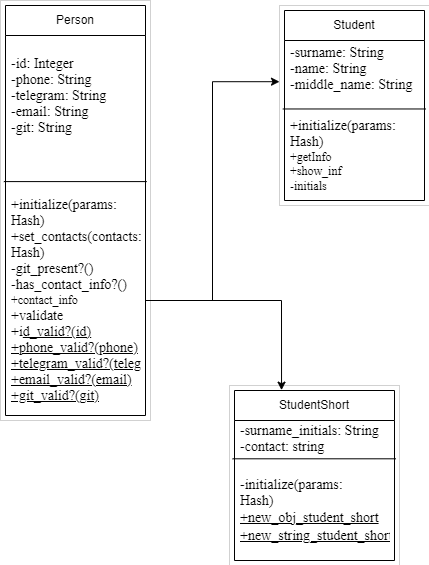
Before: working with classes/диаграмма классов.png, a diagram exported from draw.io (Meg-Lander/study-of-the-subject-programming-patterns). Source tidied: cells renumbered, new cells last; positions are measured from the earlier drawing's top-left corner, leaving out a move shared by most shapes.
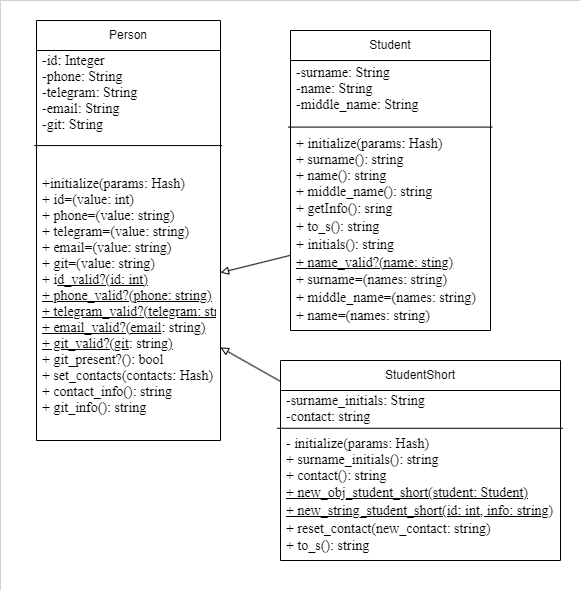
After the change.

What changed in the source:
```diff
@@ -4,13 +4,13 @@
     <mxCell id="1" parent="0" />
-    <mxCell id="2" style="rounded=0;whiteSpace=wrap;html=1;strokeWidth=0;" parent="1" vertex="1">
-      <mxGeometry width="150" height="420" as="geometry" />
-    </mxCell>
+    <mxCell id="12" style="rounded=0;whiteSpace=wrap;html=1;strokeWidth=0;" parent="1" vertex="1">
+      <mxGeometry x="-171" y="-25" width="580" height="590" as="geometry" />
+    </mxCell>
     <mxCell id="3" value="Person" style="swimlane;fontStyle=0;horizontal=1;startSize=30;whiteSpace=wrap;html=1;" parent="1" vertex="1">
-      <mxGeometry x="5" y="5" width="140" height="410" as="geometry" />
+      <mxGeometry x="-135" y="-5" width="184" height="420" as="geometry" />
     </mxCell>
     <mxCell id="4" value="&lt;pre style=&quot;margin-top: 0cm; margin-right: 25.5pt; margin-left: 0cm; text-align: justify; line-height: normal; vertical-align: baseline; font-size: 14px;&quot;&gt;&lt;pre style=&quot;margin: 0cm 25.5pt 0cm 0cm; line-height: normal; background: white; vertical-align: baseline;&quot;&gt;&lt;font style=&quot;font-size: 14px;&quot; face=&quot;Times New Roman&quot;&gt;-id: Integer&lt;br&gt;&lt;span style=&quot;&quot; lang=&quot;EN-US&quot;&gt;-phone: &lt;/span&gt;&lt;span style=&quot;&quot; lang=&quot;EN-US&quot;&gt;String&lt;/span&gt;&lt;br&gt;&lt;span style=&quot;&quot; lang=&quot;EN-US&quot;&gt;-telegram: &lt;/span&gt;&lt;span style=&quot;&quot; lang=&quot;EN-US&quot;&gt;String&lt;/span&gt;&lt;br&gt;&lt;span style=&quot;&quot; lang=&quot;EN-US&quot;&gt;-email: &lt;/span&gt;&lt;span style=&quot;&quot; lang=&quot;EN-US&quot;&gt;String&lt;/span&gt;&lt;br&gt;&lt;span style=&quot;&quot; lang=&quot;EN-US&quot;&gt;-git: &lt;/span&gt;&lt;span style=&quot;&quot; lang=&quot;EN-US&quot;&gt;String&lt;/span&gt;&lt;br&gt;&lt;span style=&quot;&quot; lang=&quot;EN-US&quot;&gt;&amp;nbsp;&lt;/span&gt;&lt;/font&gt;&lt;br&gt;&lt;/pre&gt;&lt;/pre&gt;" style="text;strokeColor=none;fillColor=none;align=left;verticalAlign=middle;spacingLeft=4;spacingRight=4;overflow=hidden;whiteSpace=wrap;html=1;" parent="3" vertex="1">
-      <mxGeometry y="30" width="140" height="150" as="geometry" />
+      <mxGeometry y="30" width="184" height="100" as="geometry" />
     </mxCell>
-    <mxCell id="5" value="&lt;pre style=&quot;margin: 0cm 25.5pt 0cm 0cm; text-align: justify; line-height: normal; background: white; vertical-align: baseline; font-size: 14px;&quot;&gt;&lt;font face=&quot;Times New Roman&quot;&gt;+initialize(params:&lt;br&gt;Hash)&lt;br&gt;&lt;span style=&quot;&quot; lang=&quot;EN-US&quot;&gt;+set_contacts(contacts:&lt;br&gt;Hash)&lt;br&gt;&lt;/span&gt;&lt;span style=&quot;&quot; lang=&quot;EN-US&quot;&gt;-git_present?()&lt;br&gt;&lt;/span&gt;&lt;span style=&quot;&quot; lang=&quot;EN-US&quot;&gt;-has_contact_info?()&lt;/span&gt;&lt;/font&gt;&lt;/pre&gt;&lt;pre style=&quot;margin: 0cm 25.5pt 0cm 0cm; text-align: justify; line-height: normal; background: white; vertical-align: baseline;&quot;&gt;&lt;font style=&quot;&quot; face=&quot;Times New Roman&quot;&gt;&lt;span style=&quot;&quot; lang=&quot;EN-US&quot;&gt;+contact_info&lt;br&gt;&lt;/span&gt;&lt;span style=&quot;font-size: 14px;&quot; lang=&quot;EN-US&quot;&gt;+validate&lt;/span&gt;&lt;span style=&quot;font-size: 14px;&quot; lang=&quot;EN-US&quot;&gt;&lt;br&gt;&lt;/span&gt;&lt;span style=&quot;font-size: 14px;&quot; lang=&quot;EN-US&quot;&gt;+i&lt;u&gt;d_valid?(id)&lt;br&gt;&lt;/u&gt;&lt;/span&gt;&lt;u style=&quot;font-size: 14px;&quot;&gt;&lt;span style=&quot;&quot; lang=&quot;EN-US&quot;&gt;+phone_valid?(phone)&lt;br&gt;&lt;/span&gt;&lt;span style=&quot;&quot; lang=&quot;EN-US&quot;&gt;+telegram_valid?(telegram)&lt;br&gt;&lt;/span&gt;&lt;span style=&quot;&quot; lang=&quot;EN-US&quot;&gt;+email_valid?(email)&lt;br&gt;&lt;/span&gt;&lt;span style=&quot;&quot; lang=&quot;EN-US&quot;&gt;+git_valid?(git)&lt;/span&gt;&lt;/u&gt;&lt;/font&gt;&lt;/pre&gt;" style="text;strokeColor=none;fillColor=none;align=left;verticalAlign=middle;spacingLeft=4;spacingRight=4;overflow=hidden;points=[[0,0.5],[1,0.5]];portConstraint=eastwest;whiteSpace=wrap;html=1;" parent="3" vertex="1">
-      <mxGeometry y="180" width="140" height="230" as="geometry" />
+    <mxCell id="5" value="&lt;pre style=&quot;margin: 0cm 25.5pt 0cm 0cm; text-align: justify; line-height: normal; background: white; vertical-align: baseline; font-size: 14px;&quot;&gt;&lt;font style=&quot;font-size: 14px;&quot; face=&quot;Times New Roman&quot;&gt;+&lt;/font&gt;&lt;font style=&quot;font-size: 14px;&quot;&gt;&lt;font face=&quot;Times New Roman&quot;&gt;initialize(params: &lt;/font&gt;&lt;font face=&quot;Times New Roman&quot;&gt;Hash)&lt;/font&gt;&lt;/font&gt;&lt;/pre&gt;&lt;pre style=&quot;margin: 0cm 25.5pt 0cm 0cm; text-align: justify; line-height: normal; background: white; vertical-align: baseline; font-size: 14px;&quot;&gt;&lt;font face=&quot;Fhg8VOXi1VSTIDrwA2gN&quot;&gt;&lt;font style=&quot;font-size: 14px;&quot;&gt;+ id=(&lt;/font&gt;value: int)&lt;br&gt;&lt;/font&gt;&lt;/pre&gt;&lt;pre style=&quot;margin: 0cm 25.5pt 0cm 0cm; text-align: justify; line-height: normal; background: white; vertical-align: baseline; font-size: 14px;&quot;&gt;&lt;font face=&quot;Fhg8VOXi1VSTIDrwA2gN&quot;&gt;&lt;font style=&quot;font-size: 14px;&quot;&gt;+ phone=(value&lt;/font&gt;&lt;font style=&quot;font-size: 14px;&quot;&gt;: string)&lt;br&gt;+ telegram=(&lt;/font&gt;value: string)&lt;br&gt;&lt;/font&gt;&lt;/pre&gt;&lt;pre style=&quot;margin: 0cm 25.5pt 0cm 0cm; text-align: justify; line-height: normal; background: white; vertical-align: baseline; font-size: 14px;&quot;&gt;&lt;font face=&quot;Fhg8VOXi1VSTIDrwA2gN&quot;&gt;&lt;font style=&quot;font-size: 14px;&quot;&gt;+ email=(&lt;/font&gt;value: string)&lt;br&gt;&lt;/font&gt;&lt;/pre&gt;&lt;pre style=&quot;margin: 0cm 25.5pt 0cm 0cm; text-align: justify; line-height: normal; background: white; vertical-align: baseline; font-size: 14px;&quot;&gt;&lt;font face=&quot;Fhg8VOXi1VSTIDrwA2gN&quot;&gt;&lt;font style=&quot;font-size: 14px;&quot;&gt;+ git=(&lt;/font&gt;value: string)&lt;br&gt;&lt;/font&gt;&lt;/pre&gt;&lt;pre style=&quot;margin: 0cm 25.5pt 0cm 0cm; text-align: justify; line-height: normal; background: white; vertical-align: baseline; font-size: 14px;&quot;&gt;&lt;pre style=&quot;border-color: var(--border-color); margin: 0cm 25.5pt 0cm 0cm; line-height: normal; background-image: initial; background-position: initial; background-size: initial; background-repeat: initial; background-attachment: initial; background-origin: initial; background-clip: initial; vertical-align: baseline;&quot;&gt;&lt;font face=&quot;Fhg8VOXi1VSTIDrwA2gN&quot;&gt;&lt;font style=&quot;border-color: var(--border-color); font-size: 14px;&quot;&gt;+ i&lt;u style=&quot;border-color: var(--border-color);&quot;&gt;d_valid?(id: int&lt;u style=&quot;border-color: var(--border-color);&quot;&gt;)&lt;/u&gt;&lt;br&gt;&lt;/u&gt;&lt;u style=&quot;border-color: var(--border-color);&quot;&gt;+ phone_valid?(&lt;font style=&quot;border-color: var(--border-color);&quot;&gt;p&lt;/font&gt;&lt;font style=&quot;border-color: var(--border-color);&quot;&gt;&lt;font style=&quot;border-color: var(--border-color);&quot;&gt;hone: string&lt;/font&gt;&lt;/font&gt;&lt;u style=&quot;border-color: var(--border-color);&quot;&gt;)&lt;/u&gt;&lt;br&gt;&lt;span style=&quot;border-color: var(--border-color);&quot; lang=&quot;EN-US&quot;&gt;+ telegram_valid?(&lt;font style=&quot;border-color: var(--border-color);&quot;&gt;telegram&lt;/font&gt;: string&lt;u style=&quot;border-color: var(--border-color);&quot;&gt;&lt;span style=&quot;border-color: var(--border-color);&quot; lang=&quot;EN-US&quot;&gt;)&lt;/span&gt;&lt;/u&gt;&lt;br&gt;&lt;/span&gt;+ email_valid?(email&lt;/u&gt;&lt;/font&gt;: string&lt;u style=&quot;border-color: var(--border-color);&quot;&gt;&lt;span style=&quot;border-color: var(--border-color);&quot; lang=&quot;EN-US&quot;&gt;)&lt;/span&gt;&lt;/u&gt;&lt;/font&gt;&lt;/pre&gt;&lt;pre style=&quot;border-color: var(--border-color); margin: 0cm 25.5pt 0cm 0cm; line-height: normal; background-image: initial; background-position: initial; background-size: initial; background-repeat: initial; background-attachment: initial; background-origin: initial; background-clip: initial; vertical-align: baseline;&quot;&gt;&lt;font face=&quot;Fhg8VOXi1VSTIDrwA2gN&quot;&gt;&lt;font style=&quot;border-color: var(--border-color); font-size: 14px;&quot;&gt;&lt;u style=&quot;border-color: var(--border-color);&quot;&gt;+ git_valid?(git&lt;/u&gt;&lt;/font&gt;: string&lt;u style=&quot;border-color: var(--border-color);&quot;&gt;&lt;span style=&quot;border-color: var(--border-color);&quot; lang=&quot;EN-US&quot;&gt;)&lt;/span&gt;&lt;/u&gt;&lt;/font&gt;&lt;/pre&gt;&lt;/pre&gt;&lt;pre style=&quot;margin: 0cm 25.5pt 0cm 0cm; text-align: justify; line-height: normal; background: white; vertical-align: baseline; font-size: 14px;&quot;&gt;&lt;pre style=&quot;border-color: var(--border-color); margin: 0cm 25.5pt 0cm 0cm; line-height: normal; background-image: initial; background-position: initial; background-size: initial; background-repeat: initial; background-attachment: initial; background-origin: initial; background-clip: initial; vertical-align: baseline;&quot;&gt;&lt;font face=&quot;Fhg8VOXi1VSTIDrwA2gN&quot; style=&quot;border-color: var(--border-color); font-size: 14px;&quot;&gt;+ git_present?(&lt;/font&gt;&lt;font face=&quot;vIFaeoc1TlRz2ehYQDLV&quot; style=&quot;border-color: var(--border-color); font-size: 14px;&quot;&gt;): bool&lt;/font&gt;&lt;/pre&gt;&lt;/pre&gt;&lt;pre style=&quot;margin: 0cm 25.5pt 0cm 0cm; text-align: justify; line-height: normal; background: white; vertical-align: baseline; font-size: 14px;&quot;&gt;&lt;span style=&quot;&quot; lang=&quot;EN-US&quot;&gt;&lt;font style=&quot;font-size: 14px;&quot; face=&quot;vIFaeoc1TlRz2ehYQDLV&quot;&gt;+ set_contacts(contacts: Hash)&lt;br&gt;&lt;/font&gt;&lt;/span&gt;&lt;pre style=&quot;border-color: var(--border-color); margin: 0cm 25.5pt 0cm 0cm; line-height: normal; background-image: initial; background-position: initial; background-size: initial; background-repeat: initial; background-attachment: initial; background-origin: initial; background-clip: initial; vertical-align: baseline;&quot;&gt;&lt;font face=&quot;vIFaeoc1TlRz2ehYQDLV&quot; style=&quot;border-color: var(--border-color); font-size: 14px;&quot;&gt;+ contact_info(): string&lt;br style=&quot;border-color: var(--border-color);&quot;&gt;&lt;/font&gt;&lt;/pre&gt;&lt;span style=&quot;&quot; lang=&quot;EN-US&quot;&gt;&lt;font style=&quot;font-size: 14px;&quot; face=&quot;vIFaeoc1TlRz2ehYQDLV&quot;&gt;+ git_info(): string&lt;/font&gt;&lt;/span&gt;&lt;/pre&gt;" style="text;strokeColor=none;fillColor=none;align=left;verticalAlign=middle;spacingLeft=4;spacingRight=4;overflow=hidden;points=[[0,0.5],[1,0.5]];portConstraint=eastwest;whiteSpace=wrap;html=1;" parent="3" vertex="1">
+      <mxGeometry y="130" width="184" height="290" as="geometry" />
     </mxCell>
@@ -19,13 +19,10 @@
     </mxCell>
-    <mxCell id="7" style="rounded=0;whiteSpace=wrap;html=1;strokeWidth=0;" parent="1" vertex="1">
-      <mxGeometry x="279" y="5" width="150" height="200" as="geometry" />
-    </mxCell>
     <mxCell id="8" value="Student" style="swimlane;fontStyle=0;horizontal=1;startSize=30;whiteSpace=wrap;html=1;" parent="1" vertex="1">
-      <mxGeometry x="284" y="10" width="140" height="190" as="geometry" />
+      <mxGeometry x="119" y="5" width="200" height="300" as="geometry" />
     </mxCell>
     <mxCell id="9" value="&lt;pre style=&quot;margin-top: 0cm; margin-right: 25.5pt; margin-left: 0cm; text-align: justify; line-height: normal; vertical-align: baseline; font-size: 14px;&quot;&gt;&lt;pre style=&quot;margin: 0cm 25.5pt 0cm 0cm; line-height: normal; background: white; vertical-align: baseline;&quot;&gt;&lt;font style=&quot;font-size: 14px;&quot; face=&quot;Times New Roman&quot;&gt;&lt;span style=&quot;&quot; lang=&quot;EN-US&quot;&gt;-surname: &lt;/span&gt;&lt;span style=&quot;&quot; lang=&quot;EN-US&quot;&gt;String&lt;/span&gt;&lt;br&gt;&lt;span style=&quot;&quot; lang=&quot;EN-US&quot;&gt;-name: &lt;/span&gt;&lt;span style=&quot;&quot; lang=&quot;EN-US&quot;&gt;String&lt;/span&gt;&lt;br&gt;&lt;span style=&quot;&quot; lang=&quot;EN-US&quot;&gt;-middle_name: &lt;/span&gt;&lt;span style=&quot;&quot; lang=&quot;EN-US&quot;&gt;String&lt;/span&gt;&lt;/font&gt;&lt;br&gt;&lt;/pre&gt;&lt;/pre&gt;" style="text;strokeColor=none;fillColor=none;align=left;verticalAlign=middle;spacingLeft=4;spacingRight=4;overflow=hidden;whiteSpace=wrap;html=1;" parent="8" vertex="1">
-      <mxGeometry y="30" width="140" height="70" as="geometry" />
+      <mxGeometry y="30" width="200" height="70" as="geometry" />
     </mxCell>
-    <mxCell id="10" value="&lt;div style=&quot;text-align: justify;&quot;&gt;&lt;pre style=&quot;border-color: var(--border-color); margin: 0cm 25.5pt 0cm 0cm; line-height: normal; background: white; vertical-align: baseline; font-size: 14px;&quot;&gt;&lt;font style=&quot;border-color: var(--border-color);&quot; face=&quot;Times New Roman&quot;&gt;+initialize(params:&lt;br style=&quot;border-color: var(--border-color);&quot;&gt;Hash)&lt;/font&gt;&lt;/pre&gt;&lt;/div&gt;&lt;div style=&quot;text-align: justify;&quot;&gt;&lt;font face=&quot;Times New Roman&quot;&gt;+getInfo&lt;/font&gt;&lt;br&gt;&lt;/div&gt;&lt;div style=&quot;text-align: justify;&quot;&gt;&lt;font face=&quot;Times New Roman&quot;&gt;+show_inf&lt;br&gt;&lt;/font&gt;&lt;/div&gt;&lt;div style=&quot;text-align: justify;&quot;&gt;&lt;font face=&quot;Times New Roman&quot;&gt;-initials&lt;br&gt;&lt;/font&gt;&lt;/div&gt;" style="text;strokeColor=none;fillColor=none;align=left;verticalAlign=middle;spacingLeft=4;spacingRight=4;overflow=hidden;points=[[0,0.5],[1,0.5]];portConstraint=eastwest;whiteSpace=wrap;html=1;" parent="8" vertex="1">
-      <mxGeometry y="100" width="140" height="90" as="geometry" />
+    <mxCell id="10" value="&lt;div style=&quot;text-align: justify; font-size: 14px;&quot;&gt;&lt;pre style=&quot;border-color: var(--border-color); margin: 0cm 25.5pt 0cm 0cm; line-height: normal; background: white; vertical-align: baseline;&quot;&gt;&lt;font face=&quot;Times New Roman&quot; style=&quot;border-color: var(--border-color); font-size: 14px;&quot;&gt;+&lt;font style=&quot;font-size: 14px;&quot;&gt; initialize(params: Hash)&lt;/font&gt;&lt;/font&gt;&lt;/pre&gt;&lt;pre style=&quot;border-color: var(--border-color); margin: 0cm 25.5pt 0cm 0cm; line-height: normal; background: white; vertical-align: baseline;&quot;&gt;&lt;font style=&quot;border-color: var(--border-color); font-size: 14px;&quot;&gt;&lt;font face=&quot;Bt5y5S9NbHA7rg-PKbEh&quot; style=&quot;font-size: 14px;&quot;&gt;+ surname(): string&lt;/font&gt;&lt;/font&gt;&lt;/pre&gt;&lt;pre style=&quot;border-color: var(--border-color); margin: 0cm 25.5pt 0cm 0cm; line-height: normal; background: white; vertical-align: baseline;&quot;&gt;&lt;font style=&quot;font-size: 14px;&quot; face=&quot;Bt5y5S9NbHA7rg-PKbEh&quot;&gt;&lt;font style=&quot;border-color: var(--border-color); font-size: 14px;&quot;&gt;&lt;font style=&quot;font-size: 14px;&quot;&gt;+ name&lt;/font&gt;&lt;/font&gt;(): string&lt;/font&gt;&lt;/pre&gt;&lt;pre style=&quot;border-color: var(--border-color); margin: 0cm 25.5pt 0cm 0cm; line-height: normal; background: white; vertical-align: baseline;&quot;&gt;&lt;font style=&quot;font-size: 14px;&quot; face=&quot;Bt5y5S9NbHA7rg-PKbEh&quot;&gt;&lt;font style=&quot;border-color: var(--border-color); font-size: 14px;&quot;&gt;&lt;font style=&quot;font-size: 14px;&quot;&gt;+ middle_name&lt;/font&gt;&lt;/font&gt;(): string&lt;/font&gt;&lt;/pre&gt;&lt;/div&gt;&lt;div style=&quot;text-align: justify; font-size: 14px;&quot;&gt;&lt;font face=&quot;Bt5y5S9NbHA7rg-PKbEh&quot; style=&quot;font-size: 14px;&quot;&gt;&lt;font style=&quot;font-size: 14px;&quot;&gt;+ getInfo(): sring&lt;/font&gt;&lt;br&gt;&lt;/font&gt;&lt;/div&gt;&lt;div style=&quot;text-align: justify; font-size: 14px;&quot;&gt;&lt;font face=&quot;Bt5y5S9NbHA7rg-PKbEh&quot; style=&quot;font-size: 14px;&quot;&gt;+ to_s(): string&lt;br&gt;&lt;/font&gt;&lt;/div&gt;&lt;div style=&quot;text-align: justify; font-size: 14px;&quot;&gt;&lt;font face=&quot;Bt5y5S9NbHA7rg-PKbEh&quot; style=&quot;font-size: 14px;&quot;&gt;+ initials(): string&lt;br&gt;&lt;/font&gt;&lt;/div&gt;&lt;div style=&quot;text-align: justify; font-size: 14px;&quot;&gt;&lt;font face=&quot;Bt5y5S9NbHA7rg-PKbEh&quot; style=&quot;font-size: 14px;&quot;&gt;&lt;u&gt;&lt;font style=&quot;font-size: 14px;&quot;&gt;+&amp;nbsp;&lt;/font&gt;&lt;span style=&quot;background-color: initial;&quot;&gt;name_valid?(name: sting)&lt;/span&gt;&lt;/u&gt;&lt;/font&gt;&lt;/div&gt;&lt;div style=&quot;text-align: justify; font-size: 14px;&quot;&gt;&lt;span style=&quot;background-color: initial;&quot;&gt;&lt;font face=&quot;Bt5y5S9NbHA7rg-PKbEh&quot; style=&quot;font-size: 14px;&quot;&gt;&lt;font style=&quot;font-size: 14px;&quot;&gt;+ surname=(names: string)&lt;/font&gt;&lt;br&gt;&lt;/font&gt;&lt;/span&gt;&lt;/div&gt;&lt;div style=&quot;text-align: justify; font-size: 14px;&quot;&gt;&lt;font face=&quot;Bt5y5S9NbHA7rg-PKbEh&quot; style=&quot;font-size: 14px;&quot;&gt;+&amp;nbsp;middle_name=(names: string)&lt;/font&gt;&lt;/div&gt;&lt;div style=&quot;text-align: justify; font-size: 14px;&quot;&gt;&lt;font face=&quot;Bt5y5S9NbHA7rg-PKbEh&quot; style=&quot;font-size: 14px;&quot;&gt;&lt;font style=&quot;font-size: 14px;&quot;&gt;&lt;span style=&quot;background-color: initial;&quot;&gt;&lt;font style=&quot;font-size: 14px;&quot;&gt;+&amp;nbsp;&lt;/font&gt;&lt;/span&gt;&lt;span style=&quot;background-color: initial;&quot;&gt;name=(names: string&lt;/span&gt;&lt;/font&gt;&lt;span style=&quot;background-color: initial;&quot;&gt;)&lt;/span&gt;&lt;/font&gt;&lt;/div&gt;" style="text;strokeColor=none;fillColor=none;align=left;verticalAlign=middle;spacingLeft=4;spacingRight=4;overflow=hidden;points=[[0,0.5],[1,0.5]];portConstraint=eastwest;whiteSpace=wrap;html=1;" parent="8" vertex="1">
+      <mxGeometry y="100" width="200" height="200" as="geometry" />
     </mxCell>
@@ -34,13 +31,10 @@
     </mxCell>
-    <mxCell id="12" style="rounded=0;whiteSpace=wrap;html=1;strokeWidth=0;" parent="1" vertex="1">
-      <mxGeometry x="229" y="385" width="170" height="180" as="geometry" />
-    </mxCell>
     <mxCell id="13" value="StudentShort" style="swimlane;fontStyle=0;horizontal=1;startSize=30;whiteSpace=wrap;html=1;" parent="1" vertex="1">
-      <mxGeometry x="234" y="390" width="160" height="170" as="geometry" />
+      <mxGeometry x="109" y="335" width="280" height="200" as="geometry" />
     </mxCell>
     <mxCell id="14" value="&lt;pre style=&quot;margin-top: 0cm; margin-right: 25.5pt; margin-left: 0cm; text-align: justify; line-height: normal; vertical-align: baseline; font-size: 14px;&quot;&gt;&lt;pre style=&quot;margin: 0cm 25.5pt 0cm 0cm; line-height: normal; background: white; vertical-align: baseline;&quot;&gt;&lt;font style=&quot;font-size: 14px;&quot; face=&quot;Times New Roman&quot;&gt;-surname_initials: String&lt;/font&gt;&lt;span style=&quot;&quot;&gt;&lt;br&gt;&lt;/span&gt;&lt;/pre&gt;&lt;pre style=&quot;margin: 0cm 25.5pt 0cm 0cm; line-height: normal; background: white; vertical-align: baseline;&quot;&gt;&lt;font style=&quot;font-size: 14px;&quot; face=&quot;Times New Roman&quot;&gt;-contact: string&lt;br&gt;&lt;/font&gt;&lt;/pre&gt;&lt;/pre&gt;" style="text;strokeColor=none;fillColor=none;align=left;verticalAlign=middle;spacingLeft=4;spacingRight=4;overflow=hidden;whiteSpace=wrap;html=1;" parent="13" vertex="1">
-      <mxGeometry y="30" width="160" height="40" as="geometry" />
+      <mxGeometry y="30" width="280" height="40" as="geometry" />
     </mxCell>
-    <mxCell id="15" value="&lt;div style=&quot;text-align: justify;&quot;&gt;&lt;pre style=&quot;border-color: var(--border-color); margin: 0cm 25.5pt 0cm 0cm; line-height: normal; background: white; vertical-align: baseline; font-size: 14px;&quot;&gt;&lt;font style=&quot;border-color: var(--border-color);&quot; face=&quot;Times New Roman&quot;&gt;-initialize(params:&lt;br style=&quot;border-color: var(--border-color);&quot;&gt;Hash)&lt;/font&gt;&lt;/pre&gt;&lt;/div&gt;&lt;div style=&quot;text-align: justify; font-size: 14px;&quot;&gt;&lt;font face=&quot;Times New Roman&quot; style=&quot;font-size: 14px;&quot;&gt;&lt;u&gt;&lt;font style=&quot;font-size: 14px;&quot;&gt;+new_obj_student_short&lt;/font&gt;&lt;br&gt;&lt;/u&gt;&lt;/font&gt;&lt;/div&gt;&lt;div style=&quot;text-align: justify; font-size: 14px;&quot;&gt;&lt;font style=&quot;font-size: 14px;&quot;&gt;&lt;font face=&quot;wETk0m9d0IATHVW916Ki&quot; style=&quot;font-size: 14px;&quot;&gt;&lt;u&gt;+new_string_student_short&lt;/u&gt;&lt;/font&gt;&lt;br&gt;&lt;/font&gt;&lt;/div&gt;" style="text;strokeColor=none;fillColor=none;align=left;verticalAlign=middle;spacingLeft=4;spacingRight=4;overflow=hidden;points=[[0,0.5],[1,0.5]];portConstraint=eastwest;whiteSpace=wrap;html=1;" parent="13" vertex="1">
-      <mxGeometry y="70" width="160" height="100" as="geometry" />
+    <mxCell id="15" value="&lt;div style=&quot;text-align: justify; font-size: 14px;&quot;&gt;&lt;pre style=&quot;border-color: var(--border-color); margin: 0cm 25.5pt 0cm 0cm; line-height: normal; background: white; vertical-align: baseline;&quot;&gt;&lt;font face=&quot;Times New Roman&quot; style=&quot;border-color: var(--border-color); font-size: 14px;&quot;&gt;- initialize(params: Hash)&lt;/font&gt;&lt;/pre&gt;&lt;pre style=&quot;border-color: var(--border-color); margin: 0cm 25.5pt 0cm 0cm; line-height: normal; background: white; vertical-align: baseline;&quot;&gt;&lt;font style=&quot;font-size: 14px;&quot; face=&quot;gNKKAIlRaOvWL0jCGBjO&quot;&gt;+ surname_initials(): string &lt;/font&gt;&lt;/pre&gt;&lt;pre style=&quot;border-color: var(--border-color); margin: 0cm 25.5pt 0cm 0cm; line-height: normal; background: white; vertical-align: baseline;&quot;&gt;&lt;font face=&quot;gNKKAIlRaOvWL0jCGBjO&quot; style=&quot;border-color: var(--border-color); font-size: 14px;&quot;&gt;+ contact(): string&lt;/font&gt;&lt;/pre&gt;&lt;/div&gt;&lt;div style=&quot;text-align: justify; font-size: 14px;&quot;&gt;&lt;font face=&quot;gNKKAIlRaOvWL0jCGBjO&quot; style=&quot;font-size: 14px;&quot;&gt;&lt;u&gt;&lt;font style=&quot;font-size: 14px;&quot;&gt;+ new_obj_student_short(student: Student)&lt;/font&gt;&lt;br&gt;&lt;/u&gt;&lt;/font&gt;&lt;/div&gt;&lt;div style=&quot;text-align: justify; font-size: 14px;&quot;&gt;&lt;font face=&quot;gNKKAIlRaOvWL0jCGBjO&quot; style=&quot;font-size: 14px;&quot;&gt;&lt;font style=&quot;font-size: 14px;&quot;&gt;&lt;u&gt;+ new_string_student_short(id: int, info: string)&lt;/u&gt;&lt;/font&gt;&lt;br&gt;&lt;/font&gt;&lt;/div&gt;&lt;div style=&quot;text-align: justify; font-size: 14px;&quot;&gt;&lt;font face=&quot;gNKKAIlRaOvWL0jCGBjO&quot; style=&quot;font-size: 14px;&quot;&gt;+ reset_contact(new_contact: string)&lt;br&gt;&lt;/font&gt;&lt;/div&gt;&lt;div style=&quot;text-align: justify; font-size: 14px;&quot;&gt;&lt;font style=&quot;font-size: 14px;&quot;&gt;&lt;font face=&quot;gNKKAIlRaOvWL0jCGBjO&quot; style=&quot;font-size: 14px;&quot;&gt;+ to_s(): string&lt;/font&gt;&lt;/font&gt;&lt;/div&gt;" style="text;strokeColor=none;fillColor=none;align=left;verticalAlign=middle;spacingLeft=4;spacingRight=4;overflow=hidden;points=[[0,0.5],[1,0.5]];portConstraint=eastwest;whiteSpace=wrap;html=1;" parent="13" vertex="1">
+      <mxGeometry y="70" width="280" height="130" as="geometry" />
     </mxCell>
@@ -49,8 +43,8 @@
     </mxCell>
-    <mxCell id="17" style="edgeStyle=orthogonalEdgeStyle;rounded=0;jettySize=auto;html=1;exitX=1;exitY=0.5;exitDx=0;exitDy=0;entryX=0;entryY=0.381;entryDx=0;entryDy=0;entryPerimeter=0;" parent="1" edge="1" source="5" target="7">
-      <mxGeometry relative="1" as="geometry" />
-    </mxCell>
-    <mxCell id="18" style="edgeStyle=orthogonalEdgeStyle;rounded=0;jettySize=auto;html=1;exitX=1;exitY=0.5;exitDx=0;exitDy=0;entryX=0.294;entryY=-0.002;entryDx=0;entryDy=0;entryPerimeter=0;" parent="1" edge="1" source="5" target="13">
-      <mxGeometry relative="1" as="geometry" />
-    </mxCell>
+    <mxCell id="19" style="endArrow=block;html=1;rounded=0;endFill=0;" parent="1" edge="1" source="10" target="5">
+      <mxGeometry relative="1" as="geometry" />
+    </mxCell>
+    <mxCell id="20" style="endArrow=block;html=1;rounded=0;endFill=0;" parent="1" edge="1" source="13" target="5">
+      <mxGeometry relative="1" as="geometry" />
+    </mxCell>
   </root>
```
